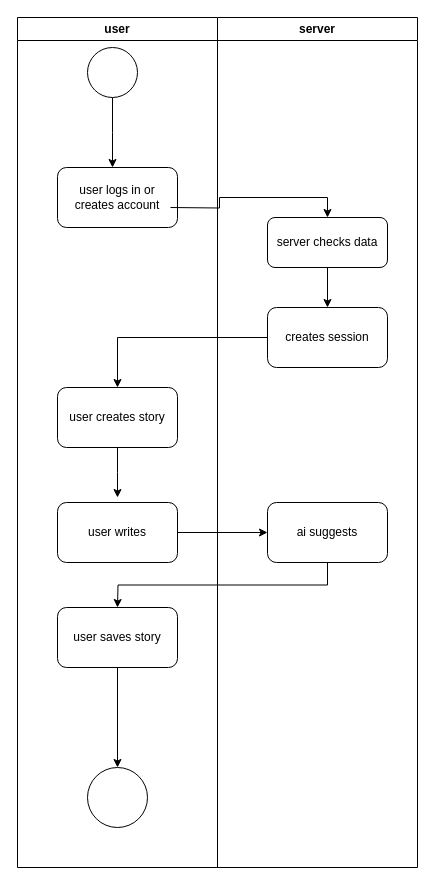
Radwanfa/Novellista keeps this draw.io diagram as documentatie/flowchart.drawio. Above is the earlier version. Source tidied: cells renumbered, new cells numbered last; positions are measured from the earlier drawing's top-left corner, leaving out a move shared by most shapes. Both pictures are drawn from the tidied source at 100%, with x=0, y=0 at pixel (17, 17).
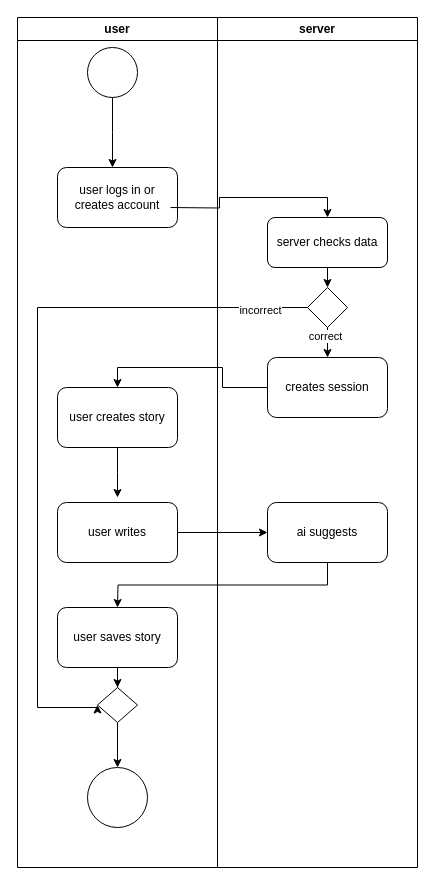
The same page after the edit.

Unchanged cells that the change refers to:
```xml
<mxCell id="2" value="user" style="swimlane;whiteSpace=wrap;html=1;" parent="1" vertex="1">
  <mxGeometry width="200" height="850" as="geometry" />
</mxCell>
<mxCell id="6" style="ellipse;whiteSpace=wrap;html=1;" parent="2" vertex="1">
  <mxGeometry x="70" y="750" width="60" height="60" as="geometry" />
</mxCell>
<mxCell id="11" value="user saves story" style="rounded=1;whiteSpace=wrap;html=1;" parent="2" vertex="1">
  <mxGeometry x="40" y="590" width="120" height="60" as="geometry" />
</mxCell>
<mxCell id="12" value="server" style="swimlane;whiteSpace=wrap;html=1;startSize=23;" parent="1" vertex="1">
  <mxGeometry x="200" width="200" height="850" as="geometry" />
</mxCell>
<mxCell id="14" value="server checks data" style="rounded=1;whiteSpace=wrap;html=1;" parent="12" vertex="1">
  <mxGeometry x="50" y="200" width="120" height="50" as="geometry" />
</mxCell>
```

Diff of the diagram source:
```diff
@@
-    <mxCell id="10" style="edgeStyle=orthogonalEdgeStyle;rounded=0;jettySize=auto;html=1;" parent="2" edge="1" source="11" target="6">
-      <mxGeometry relative="1" as="geometry" />
-    </mxCell>
@@
+    <mxCell id="21" style="edgeStyle=orthogonalEdgeStyle;rounded=0;jettySize=auto;html=1;" parent="2" edge="1" source="11" target="23">
+      <mxGeometry relative="1" as="geometry" />
+    </mxCell>
+    <mxCell id="22" style="edgeStyle=orthogonalEdgeStyle;rounded=0;jettySize=auto;html=1;" parent="2" edge="1" source="23" target="6">
+      <mxGeometry relative="1" as="geometry" />
+    </mxCell>
+    <mxCell id="23" style="rhombus;whiteSpace=wrap;html=1;" parent="2" vertex="1">
+      <mxGeometry x="80" y="670" width="40" height="35" as="geometry" />
+    </mxCell>
@@
+    <mxCell id="24" style="edgeStyle=orthogonalEdgeStyle;rounded=0;jettySize=auto;html=1;exitX=0.5;exitY=1;exitDx=0;exitDy=0;entryX=0.5;entryY=0;entryDx=0;entryDy=0;" parent="12" edge="1" source="14" target="27">
+      <mxGeometry relative="1" as="geometry" />
+    </mxCell>
@@
-    <mxCell id="16" style="edgeStyle=orthogonalEdgeStyle;rounded=0;jettySize=auto;html=1;" parent="12" edge="1" source="14" target="17">
-      <mxGeometry relative="1" as="geometry" />
-    </mxCell>
     <mxCell id="17" value="creates session" style="rounded=1;whiteSpace=wrap;html=1;" parent="12" vertex="1">
-      <mxGeometry x="50" y="290" width="120" height="60" as="geometry" />
+      <mxGeometry x="50" y="340" width="120" height="60" as="geometry" />
     </mxCell>
@@
+    <mxCell id="25" style="edgeStyle=orthogonalEdgeStyle;rounded=0;jettySize=auto;html=1;" parent="12" edge="1" source="27" target="17">
+      <mxGeometry relative="1" as="geometry" />
+    </mxCell>
+    <mxCell id="26" value="correct" style="edgeLabel;html=1;align=center;verticalAlign=middle;" parent="25" vertex="1">
+      <mxGeometry x="-0.67" y="-3" relative="1" as="geometry" />
+    </mxCell>
+    <mxCell id="27" style="rhombus;whiteSpace=wrap;html=1;" parent="12" vertex="1">
+      <mxGeometry x="90" y="270" width="40" height="40" as="geometry" />
+    </mxCell>
@@
+    <mxCell id="28" style="edgeStyle=orthogonalEdgeStyle;rounded=0;jettySize=auto;html=1;entryX=0;entryY=0.5;entryDx=0;entryDy=0;" parent="1" edge="1" source="27" target="23">
+      <mxGeometry relative="1" as="geometry">
+        <Array as="points">
+          <mxPoint x="20" y="290" />
+          <mxPoint x="20" y="690" />
+          <mxPoint x="80" y="690" />
+        </Array>
+      </mxGeometry>
+    </mxCell>
+    <mxCell id="29" value="incorrect" style="edgeLabel;html=1;align=center;verticalAlign=middle;" parent="28" vertex="1">
+      <mxGeometry x="-0.87" y="2" relative="1" as="geometry" />
+    </mxCell>
```
